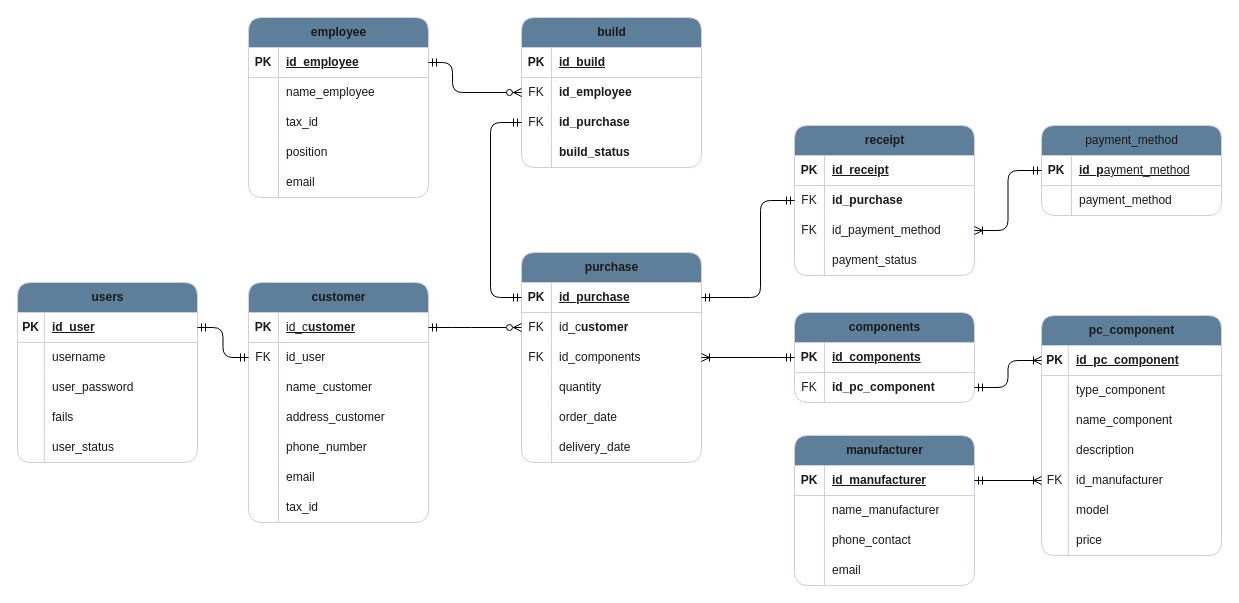
This is Database/Database ER Diagram_MrPcBuilder.drawio from CenasPT/MrPcBuilder, a draw.io file, before an edit. Source tidied: cells renumbered, new cells numbered last; positions are measured from the earlier drawing's top-left corner, leaving out a move shared by most shapes. Both pictures are drawn from the tidied source at 100%, with x=0, y=0 at pixel (17, 17).
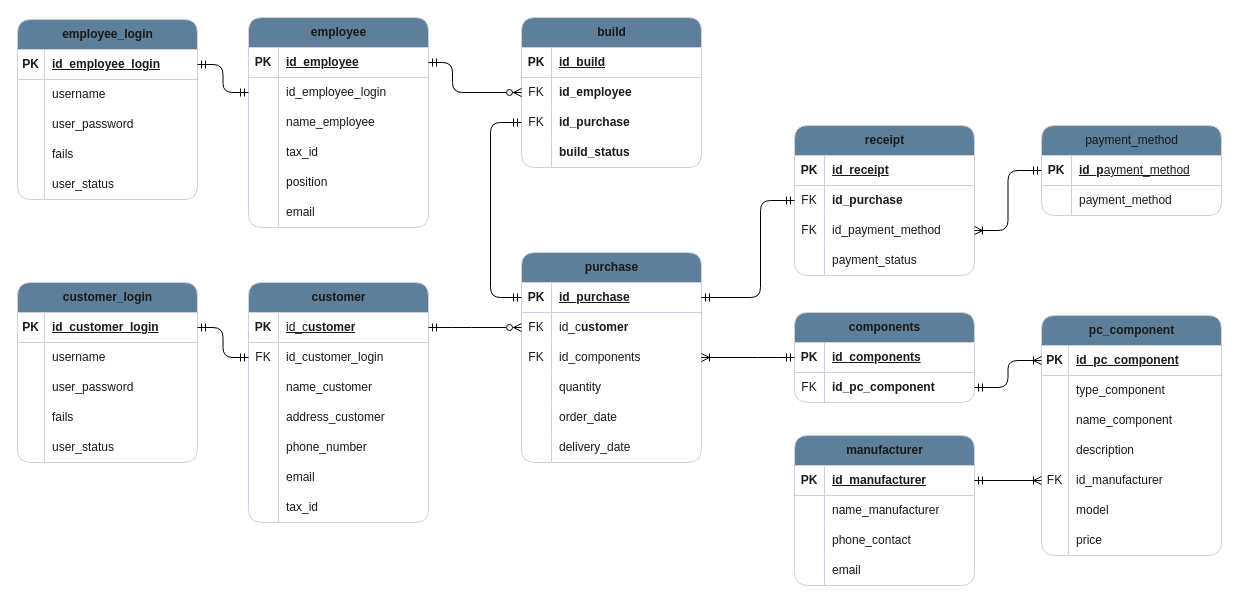
Above is the later version.

The change refers to these unchanged cells:
```xml
<mxCell id="6" style="shape=tableRow;horizontal=0;startSize=0;swimlaneHead=0;swimlaneBody=0;fillColor=none;points=[[0,0.5],[1,0.5]];portConstraint=eastwest;top=0;left=0;right=0;bottom=0;labelBackgroundColor=none;strokeColor=#D0CEE2;fontColor=#1A1A1A;rounded=1;" parent="2" vertex="1">
  <mxGeometry y="60" width="180" height="30" as="geometry" />
</mxCell>
<mxCell id="9" style="shape=tableRow;horizontal=0;startSize=0;swimlaneHead=0;swimlaneBody=0;fillColor=none;top=0;left=0;right=0;bottom=0;labelBackgroundColor=none;strokeColor=#D0CEE2;fontColor=#1A1A1A;rounded=1;" parent="2" vertex="1">
  <mxGeometry y="90" width="180" height="30" as="geometry" />
</mxCell>
<mxCell id="12" style="shape=tableRow;horizontal=0;startSize=0;swimlaneHead=0;swimlaneBody=0;fillColor=none;top=0;left=0;right=0;bottom=0;labelBackgroundColor=none;strokeColor=#D0CEE2;fontColor=#1A1A1A;rounded=1;" parent="2" vertex="1">
  <mxGeometry y="120" width="180" height="30" as="geometry" />
</mxCell>
<mxCell id="15" style="shape=tableRow;horizontal=0;startSize=0;swimlaneHead=0;swimlaneBody=0;fillColor=none;top=0;left=0;right=0;bottom=0;labelBackgroundColor=none;strokeColor=#D0CEE2;fontColor=#1A1A1A;rounded=1;" parent="2" vertex="1">
  <mxGeometry y="150" width="180" height="30" as="geometry" />
</mxCell>
<mxCell id="22" style="shape=tableRow;horizontal=0;startSize=0;swimlaneHead=0;swimlaneBody=0;fillColor=none;points=[[0,0.5],[1,0.5]];portConstraint=eastwest;top=0;left=0;right=0;bottom=0;labelBackgroundColor=none;strokeColor=#D0CEE2;fontColor=#1A1A1A;rounded=1;" parent="18" vertex="1">
  <mxGeometry y="60" width="180" height="30" as="geometry" />
</mxCell>
<mxCell id="143" style="shape=tableRow;horizontal=0;startSize=0;swimlaneHead=0;swimlaneBody=0;fillColor=none;points=[[0,0.5],[1,0.5]];portConstraint=eastwest;top=0;left=0;right=0;bottom=1;labelBackgroundColor=none;strokeColor=#D0CEE2;fontColor=#1A1A1A;rounded=1;" parent="142" vertex="1">
  <mxGeometry y="30" width="180" height="30" as="geometry" />
</mxCell>
```

What changed in the source:
```diff
@@
     <mxCell id="2" value="employee" style="shape=table;startSize=30;childLayout=tableLayout;rowLines=0;fontStyle=1;align=center;html=1;labelBackgroundColor=none;fillColor=#5D7F99;strokeColor=#D0CEE2;fontColor=#1A1A1A;rounded=1;" parent="1" vertex="1">
-      <mxGeometry x="231" width="180" height="180" as="geometry" />
+      <mxGeometry x="231" width="180" height="210" as="geometry" />
     </mxCell>
@@
-    <mxCell id="8" value="name_employee" style="shape=partialRectangle;fillColor=none;top=0;left=0;bottom=0;right=0;align=left;spacingLeft=6;overflow=hidden;whiteSpace=wrap;html=1;labelBackgroundColor=none;strokeColor=#D0CEE2;fontColor=#1A1A1A;rounded=1;" parent="6" vertex="1">
+    <mxCell id="8" value="id_employee_login" style="shape=partialRectangle;fillColor=none;top=0;left=0;bottom=0;right=0;align=left;spacingLeft=6;overflow=hidden;whiteSpace=wrap;html=1;labelBackgroundColor=none;strokeColor=#D0CEE2;fontColor=#1A1A1A;rounded=1;" parent="6" vertex="1">
       <mxGeometry x="30" width="150" height="30" as="geometry" />
     </mxCell>
@@
-    <mxCell id="11" value="tax_id" style="shape=partialRectangle;fillColor=none;top=0;left=0;bottom=0;right=0;align=left;spacingLeft=6;overflow=hidden;whiteSpace=wrap;html=1;labelBackgroundColor=none;strokeColor=#D0CEE2;fontColor=#1A1A1A;rounded=1;" parent="9" vertex="1">
+    <mxCell id="11" value="name_employee" style="shape=partialRectangle;fillColor=none;top=0;left=0;bottom=0;right=0;align=left;spacingLeft=6;overflow=hidden;whiteSpace=wrap;html=1;labelBackgroundColor=none;strokeColor=#D0CEE2;fontColor=#1A1A1A;rounded=1;" parent="9" vertex="1">
       <mxGeometry x="30" width="150" height="30" as="geometry" />
     </mxCell>
@@
-    <mxCell id="14" value="position" style="shape=partialRectangle;fillColor=none;top=0;left=0;bottom=0;right=0;align=left;spacingLeft=6;overflow=hidden;whiteSpace=wrap;html=1;labelBackgroundColor=none;strokeColor=#D0CEE2;fontColor=#1A1A1A;rounded=1;" parent="12" vertex="1">
+    <mxCell id="14" value="tax_id" style="shape=partialRectangle;fillColor=none;top=0;left=0;bottom=0;right=0;align=left;spacingLeft=6;overflow=hidden;whiteSpace=wrap;html=1;labelBackgroundColor=none;strokeColor=#D0CEE2;fontColor=#1A1A1A;rounded=1;" parent="12" vertex="1">
       <mxGeometry x="30" width="150" height="30" as="geometry" />
     </mxCell>
@@
-    <mxCell id="17" value="email" style="shape=partialRectangle;fillColor=none;top=0;left=0;bottom=0;right=0;align=left;spacingLeft=6;overflow=hidden;whiteSpace=wrap;html=1;labelBackgroundColor=none;strokeColor=#D0CEE2;fontColor=#1A1A1A;rounded=1;" parent="15" vertex="1">
+    <mxCell id="17" value="position" style="shape=partialRectangle;fillColor=none;top=0;left=0;bottom=0;right=0;align=left;spacingLeft=6;overflow=hidden;whiteSpace=wrap;html=1;labelBackgroundColor=none;strokeColor=#D0CEE2;fontColor=#1A1A1A;rounded=1;" parent="15" vertex="1">
       <mxGeometry x="30" width="150" height="30" as="geometry" />
     </mxCell>
+    <mxCell id="159" style="shape=tableRow;horizontal=0;startSize=0;swimlaneHead=0;swimlaneBody=0;fillColor=none;top=0;left=0;right=0;bottom=0;labelBackgroundColor=none;strokeColor=#D0CEE2;fontColor=#1A1A1A;rounded=1;" parent="2" vertex="1">
+      <mxGeometry y="180" width="180" height="30" as="geometry" />
+    </mxCell>
+    <mxCell id="160" style="shape=partialRectangle;fillColor=none;top=0;left=0;bottom=0;right=0;overflow=hidden;whiteSpace=wrap;html=1;labelBackgroundColor=none;strokeColor=#D0CEE2;fontColor=#1A1A1A;rounded=1;" parent="159" vertex="1">
+      <mxGeometry width="30" height="30" as="geometry" />
+    </mxCell>
+    <mxCell id="161" value="email" style="shape=partialRectangle;fillColor=none;top=0;left=0;bottom=0;right=0;align=left;spacingLeft=6;overflow=hidden;whiteSpace=wrap;html=1;labelBackgroundColor=none;strokeColor=#D0CEE2;fontColor=#1A1A1A;rounded=1;" parent="159" vertex="1">
+      <mxGeometry x="30" width="150" height="30" as="geometry" />
+    </mxCell>
@@
-    <mxCell id="24" value="id_user" style="shape=partialRectangle;fillColor=none;top=0;left=0;bottom=0;right=0;align=left;spacingLeft=6;overflow=hidden;whiteSpace=wrap;html=1;labelBackgroundColor=none;strokeColor=#D0CEE2;fontColor=#1A1A1A;rounded=1;" parent="22" vertex="1">
+    <mxCell id="24" value="id_customer_login" style="shape=partialRectangle;fillColor=none;top=0;left=0;bottom=0;right=0;align=left;spacingLeft=6;overflow=hidden;whiteSpace=wrap;html=1;labelBackgroundColor=none;strokeColor=#D0CEE2;fontColor=#1A1A1A;rounded=1;" parent="22" vertex="1">
       <mxGeometry x="30" width="150" height="30" as="geometry" />
     </mxCell>
@@
-    <mxCell id="142" value="users" style="shape=table;startSize=30;childLayout=tableLayout;rowLines=0;fontStyle=1;align=center;html=1;labelBackgroundColor=none;fillColor=#5D7F99;strokeColor=#D0CEE2;fontColor=#1A1A1A;rounded=1;" parent="1" vertex="1">
+    <mxCell id="142" value="customer_login" style="shape=table;startSize=30;childLayout=tableLayout;rowLines=0;fontStyle=1;align=center;html=1;labelBackgroundColor=none;fillColor=#5D7F99;strokeColor=#D0CEE2;fontColor=#1A1A1A;rounded=1;" parent="1" vertex="1">
       <mxGeometry y="265" width="180" height="180" as="geometry" />
     </mxCell>
@@
-    <mxCell id="145" value="id_user" style="shape=partialRectangle;fillColor=none;top=0;left=0;bottom=0;right=0;align=left;spacingLeft=6;fontStyle=5;overflow=hidden;whiteSpace=wrap;html=1;labelBackgroundColor=none;strokeColor=#D0CEE2;fontColor=#1A1A1A;rounded=1;" parent="143" vertex="1">
+    <mxCell id="145" value="id_customer_login" style="shape=partialRectangle;fillColor=none;top=0;left=0;bottom=0;right=0;align=left;spacingLeft=6;fontStyle=5;overflow=hidden;whiteSpace=wrap;html=1;labelBackgroundColor=none;strokeColor=#D0CEE2;fontColor=#1A1A1A;rounded=1;" parent="143" vertex="1">
       <mxGeometry x="26.8" width="153.2" height="30" as="geometry" />
     </mxCell>
@@
+    <mxCell id="162" value="employee_login" style="shape=table;startSize=30;childLayout=tableLayout;rowLines=0;fontStyle=1;align=center;html=1;labelBackgroundColor=none;fillColor=#5D7F99;strokeColor=#D0CEE2;fontColor=#1A1A1A;rounded=1;" parent="1" vertex="1">
+      <mxGeometry y="2" width="180" height="180" as="geometry" />
+    </mxCell>
+    <mxCell id="163" style="shape=tableRow;horizontal=0;startSize=0;swimlaneHead=0;swimlaneBody=0;fillColor=none;points=[[0,0.5],[1,0.5]];portConstraint=eastwest;top=0;left=0;right=0;bottom=1;labelBackgroundColor=none;strokeColor=#D0CEE2;fontColor=#1A1A1A;rounded=1;" parent="162" vertex="1">
+      <mxGeometry y="30" width="180" height="30" as="geometry" />
+    </mxCell>
+    <mxCell id="164" value="PK" style="shape=partialRectangle;fillColor=none;top=0;left=0;bottom=0;right=0;fontStyle=1;overflow=hidden;whiteSpace=wrap;html=1;labelBackgroundColor=none;strokeColor=#D0CEE2;fontColor=#1A1A1A;rounded=1;" parent="163" vertex="1">
+      <mxGeometry width="26.8" height="30" as="geometry" />
+    </mxCell>
+    <mxCell id="165" value="id_employee_login" style="shape=partialRectangle;fillColor=none;top=0;left=0;bottom=0;right=0;align=left;spacingLeft=6;fontStyle=5;overflow=hidden;whiteSpace=wrap;html=1;labelBackgroundColor=none;strokeColor=#D0CEE2;fontColor=#1A1A1A;rounded=1;" parent="163" vertex="1">
+      <mxGeometry x="26.8" width="153.2" height="30" as="geometry" />
+    </mxCell>
+    <mxCell id="166" style="shape=tableRow;horizontal=0;startSize=0;swimlaneHead=0;swimlaneBody=0;fillColor=none;top=0;left=0;right=0;bottom=0;labelBackgroundColor=none;strokeColor=#D0CEE2;fontColor=#1A1A1A;rounded=1;" parent="162" vertex="1">
+      <mxGeometry y="60" width="180" height="30" as="geometry" />
+    </mxCell>
+    <mxCell id="167" style="shape=partialRectangle;fillColor=none;top=0;left=0;bottom=0;right=0;overflow=hidden;whiteSpace=wrap;html=1;labelBackgroundColor=none;strokeColor=#D0CEE2;fontColor=#1A1A1A;rounded=1;" parent="166" vertex="1">
+      <mxGeometry width="26.8" height="30" as="geometry" />
+    </mxCell>
+    <mxCell id="168" value="username" style="shape=partialRectangle;fillColor=none;top=0;left=0;bottom=0;right=0;align=left;spacingLeft=6;overflow=hidden;whiteSpace=wrap;html=1;labelBackgroundColor=none;strokeColor=#D0CEE2;fontColor=#1A1A1A;rounded=1;" parent="166" vertex="1">
+      <mxGeometry x="26.8" width="153.2" height="30" as="geometry" />
+    </mxCell>
+    <mxCell id="169" style="shape=tableRow;horizontal=0;startSize=0;swimlaneHead=0;swimlaneBody=0;fillColor=none;top=0;left=0;right=0;bottom=0;labelBackgroundColor=none;strokeColor=#D0CEE2;fontColor=#1A1A1A;rounded=1;" parent="162" vertex="1">
+      <mxGeometry y="90" width="180" height="30" as="geometry" />
+    </mxCell>
+    <mxCell id="170" style="shape=partialRectangle;fillColor=none;top=0;left=0;bottom=0;right=0;overflow=hidden;whiteSpace=wrap;html=1;labelBackgroundColor=none;strokeColor=#D0CEE2;fontColor=#1A1A1A;rounded=1;" parent="169" vertex="1">
+      <mxGeometry width="26.8" height="30" as="geometry" />
+    </mxCell>
+    <mxCell id="171" value="user_password" style="shape=partialRectangle;fillColor=none;top=0;left=0;bottom=0;right=0;align=left;spacingLeft=6;overflow=hidden;whiteSpace=wrap;html=1;labelBackgroundColor=none;strokeColor=#D0CEE2;fontColor=#1A1A1A;rounded=1;" parent="169" vertex="1">
+      <mxGeometry x="26.8" width="153.2" height="30" as="geometry" />
+    </mxCell>
+    <mxCell id="172" style="shape=tableRow;horizontal=0;startSize=0;swimlaneHead=0;swimlaneBody=0;fillColor=none;top=0;left=0;right=0;bottom=0;labelBackgroundColor=none;strokeColor=#D0CEE2;fontColor=#1A1A1A;rounded=1;" parent="162" vertex="1">
+      <mxGeometry y="120" width="180" height="30" as="geometry" />
+    </mxCell>
+    <mxCell id="173" style="shape=partialRectangle;fillColor=none;top=0;left=0;bottom=0;right=0;overflow=hidden;whiteSpace=wrap;html=1;labelBackgroundColor=none;strokeColor=#D0CEE2;fontColor=#1A1A1A;rounded=1;" parent="172" vertex="1">
+      <mxGeometry width="26.8" height="30" as="geometry" />
+    </mxCell>
+    <mxCell id="174" value="fails" style="shape=partialRectangle;fillColor=none;top=0;left=0;bottom=0;right=0;align=left;spacingLeft=6;overflow=hidden;whiteSpace=wrap;html=1;labelBackgroundColor=none;strokeColor=#D0CEE2;fontColor=#1A1A1A;rounded=1;" parent="172" vertex="1">
+      <mxGeometry x="26.8" width="153.2" height="30" as="geometry" />
+    </mxCell>
+    <mxCell id="175" style="shape=tableRow;horizontal=0;startSize=0;swimlaneHead=0;swimlaneBody=0;fillColor=none;top=0;left=0;right=0;bottom=0;labelBackgroundColor=none;strokeColor=#D0CEE2;fontColor=#1A1A1A;rounded=1;" parent="162" vertex="1">
+      <mxGeometry y="150" width="180" height="30" as="geometry" />
+    </mxCell>
+    <mxCell id="176" style="shape=partialRectangle;fillColor=none;top=0;left=0;bottom=0;right=0;overflow=hidden;whiteSpace=wrap;html=1;labelBackgroundColor=none;strokeColor=#D0CEE2;fontColor=#1A1A1A;rounded=1;" parent="175" vertex="1">
+      <mxGeometry width="26.8" height="30" as="geometry" />
+    </mxCell>
+    <mxCell id="177" value="user_status" style="shape=partialRectangle;fillColor=none;top=0;left=0;bottom=0;right=0;align=left;spacingLeft=6;overflow=hidden;whiteSpace=wrap;html=1;labelBackgroundColor=none;strokeColor=#D0CEE2;fontColor=#1A1A1A;rounded=1;" parent="175" vertex="1">
+      <mxGeometry x="26.8" width="153.2" height="30" as="geometry" />
+    </mxCell>
+    <mxCell id="178" style="edgeStyle=orthogonalEdgeStyle;fontSize=12;html=1;endArrow=ERmandOne;startArrow=ERmandOne;rounded=1;entryX=0;entryY=0.5;entryDx=0;entryDy=0;exitX=1;exitY=0.5;exitDx=0;exitDy=0;" parent="1" edge="1" source="163" target="6">
+      <mxGeometry relative="1" as="geometry" />
+    </mxCell>
```
